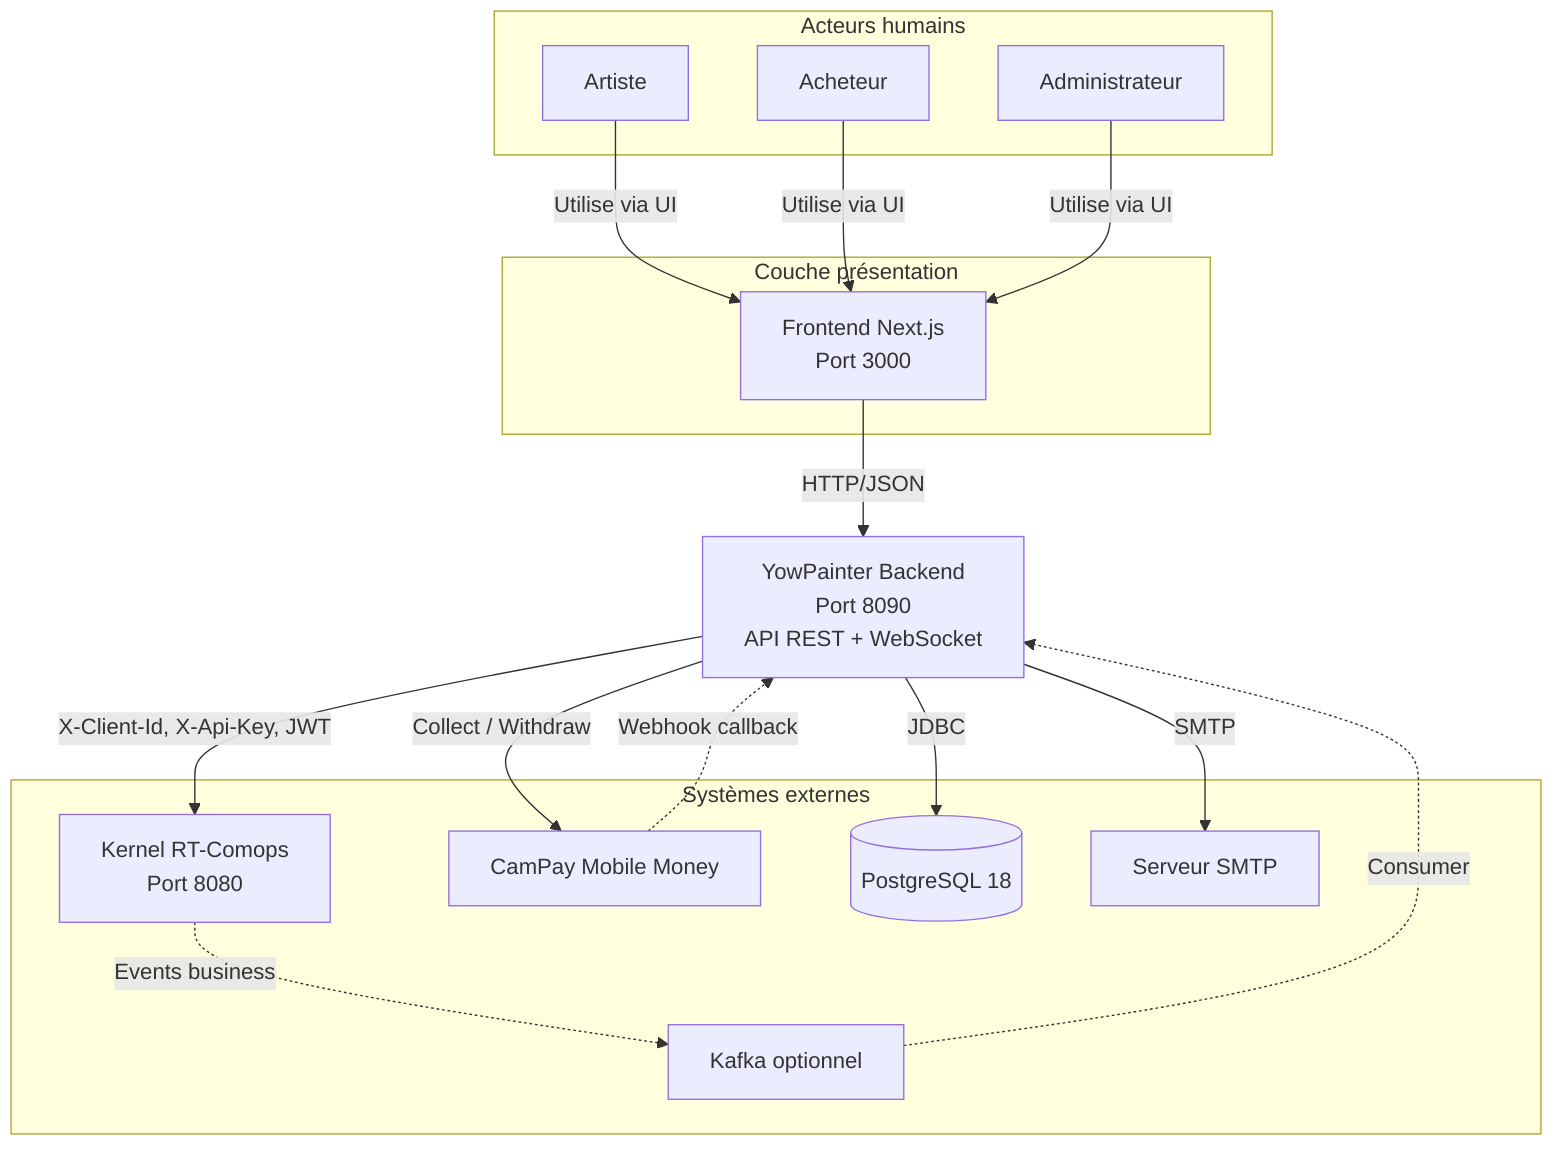
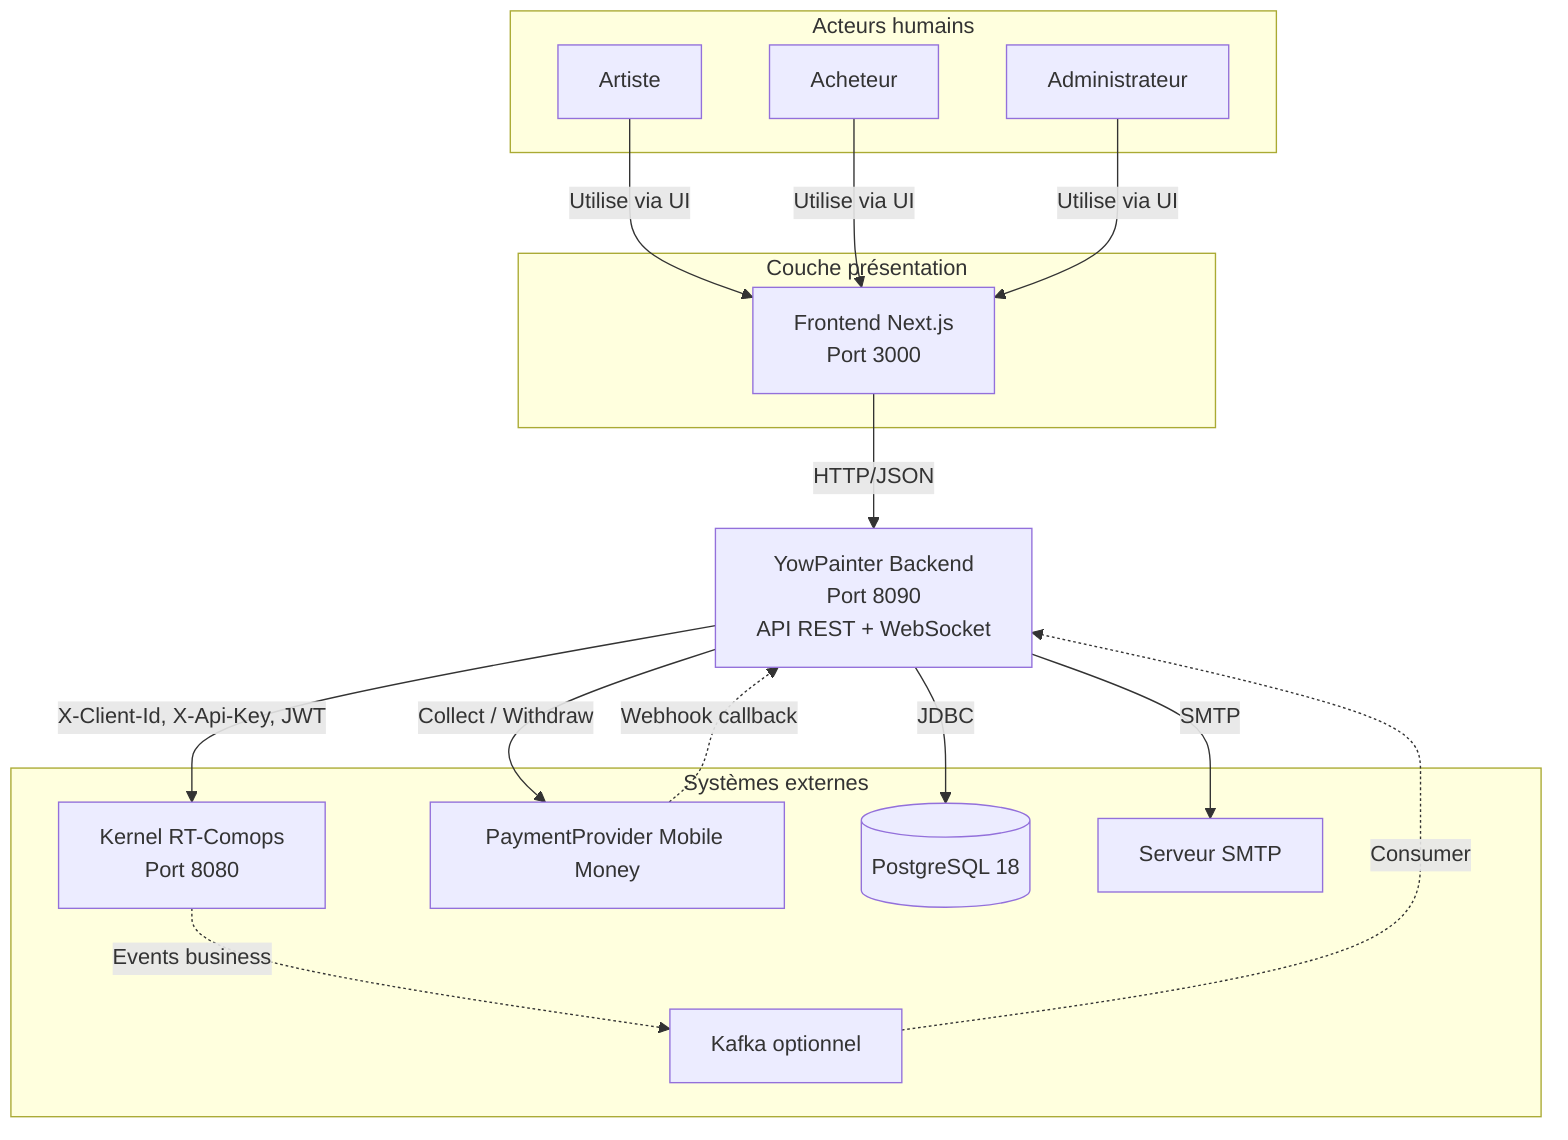
flowchart TB
    subgraph Acteurs["Acteurs humains"]
        Artist[Artiste]
        Buyer[Acheteur]
        Admin[Administrateur]
    end

    subgraph Client["Couche présentation"]
        FE[Frontend Next.js<br/>Port 3000]
    end

    YOW["YowPainter Backend<br/>Port 8090<br/>API REST + WebSocket"]

    subgraph Externes["Systèmes externes"]
        Kernel[Kernel RT-Comops<br/>Port 8080]
-         CamPay[CamPay Mobile Money]
+         PaymentProvider[PaymentProvider Mobile Money]
        PG[(PostgreSQL 18)]
        Mail[Serveur SMTP]
        Kafka[Kafka optionnel]
    end

    Artist -->|Utilise via UI| FE
    Buyer -->|Utilise via UI| FE
    Admin -->|Utilise via UI| FE
    FE -->|HTTP/JSON| YOW

    YOW -->|X-Client-Id, X-Api-Key, JWT| Kernel
-     YOW -->|Collect / Withdraw| CamPay
-     CamPay -.->|Webhook callback| YOW
+     YOW -->|Collect / Withdraw| PaymentProvider
+     PaymentProvider -.->|Webhook callback| YOW
    YOW -->|JDBC| PG
    YOW -->|SMTP| Mail
    Kernel -.->|Events business| Kafka
    Kafka -.->|Consumer| YOW
